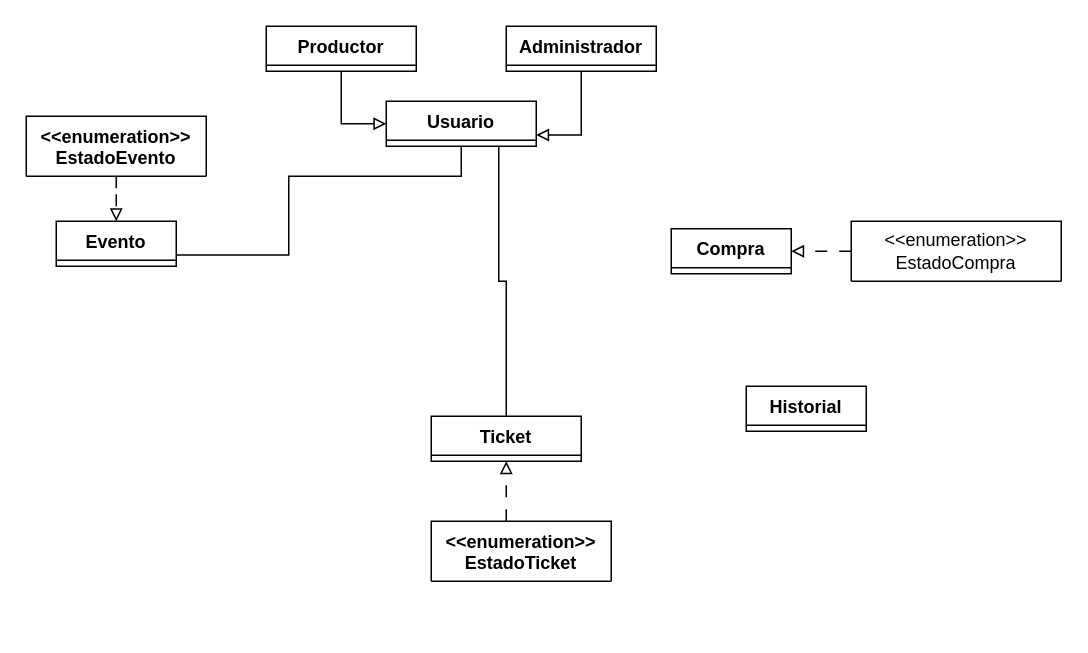
Fabrizioandres1998/TicketGO keeps this draw.io diagram as docs/Diagrama de clases.drawio. Above is the earlier version. Source tidied: cells renumbered, new cells numbered last; positions are measured from the earlier drawing's top-left corner, leaving out a move shared by most shapes. Both pictures are drawn from the tidied source at 150%, with x=0, y=0 at pixel (26, 26).
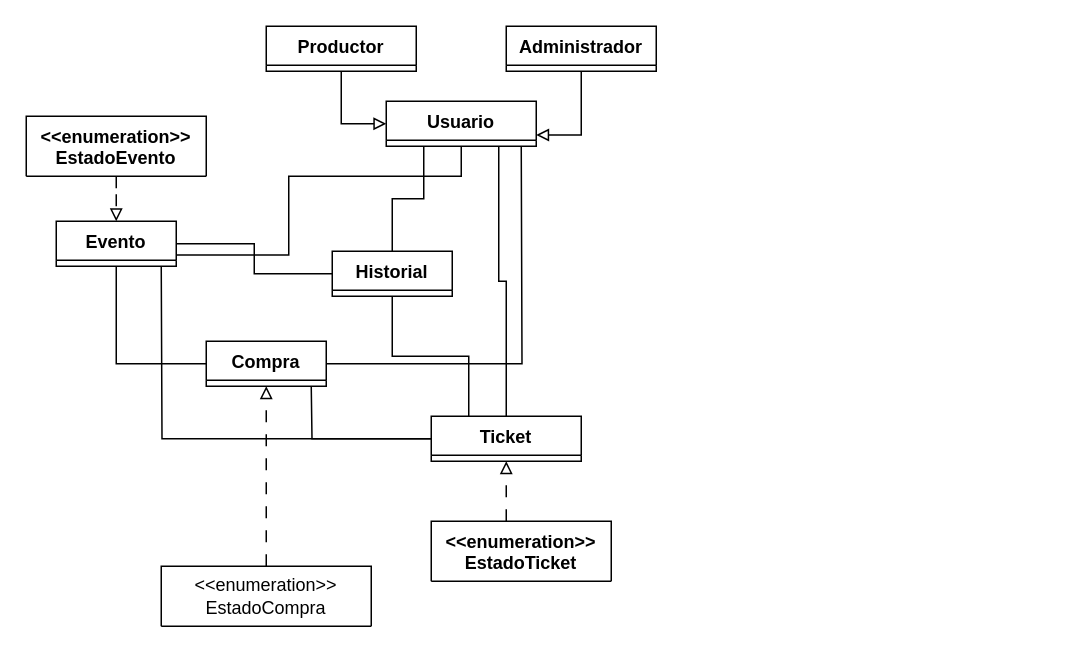
The same diagram, later.

Commit message (it also covers changes not shown here):
relaciones en uml

Unchanged cells that the change refers to:
```xml
<mxCell id="2" value="Evento" style="swimlane;fontStyle=1;align=center;verticalAlign=top;horizontal=1;startSize=26;whiteSpace=wrap;html=1;" parent="1" vertex="1" collapsed="1">
  <mxGeometry x="20" y="130" width="80" height="30" as="geometry" />
</mxCell>
<mxCell id="6" value="Ticket" style="swimlane;fontStyle=1;align=center;verticalAlign=top;horizontal=1;startSize=26;whiteSpace=wrap;html=1;" parent="1" vertex="1" collapsed="1">
  <mxGeometry x="270" y="260" width="100" height="30" as="geometry" />
</mxCell>
<mxCell id="10" value="Usuario" style="swimlane;fontStyle=1;align=center;verticalAlign=top;horizontal=1;startSize=26;whiteSpace=wrap;html=1;" parent="1" vertex="1" collapsed="1">
  <mxGeometry x="240" y="50" width="100" height="30" as="geometry" />
</mxCell>
```

The edit, as a diff of the source:
```diff
@@
+    <mxCell id="19" style="edgeStyle=orthogonalEdgeStyle;rounded=0;jettySize=auto;html=1;startArrow=none;startFill=0;endArrow=none;endFill=0;" parent="1" edge="1" source="6">
+      <mxGeometry relative="1" as="geometry">
+        <mxPoint x="90" y="160" as="targetPoint" />
+      </mxGeometry>
+    </mxCell>
+    <mxCell id="20" style="edgeStyle=orthogonalEdgeStyle;rounded=0;jettySize=auto;html=1;endArrow=none;endFill=0;" parent="1" edge="1" source="6">
+      <mxGeometry relative="1" as="geometry">
+        <mxPoint x="190" y="240" as="targetPoint" />
+      </mxGeometry>
+    </mxCell>
@@
+    <mxCell id="21" style="edgeStyle=orthogonalEdgeStyle;rounded=0;jettySize=auto;html=1;endArrow=none;endFill=0;" parent="1" edge="1" source="15">
+      <mxGeometry relative="1" as="geometry">
+        <mxPoint x="330" y="80" as="targetPoint" />
+      </mxGeometry>
+    </mxCell>
+    <mxCell id="22" style="edgeStyle=orthogonalEdgeStyle;rounded=0;jettySize=auto;html=1;entryX=0.5;entryY=1;entryDx=0;entryDy=0;endArrow=none;endFill=0;" parent="1" edge="1" source="15" target="2">
+      <mxGeometry relative="1" as="geometry" />
+    </mxCell>
     <mxCell id="15" value="Compra" style="swimlane;fontStyle=1;align=center;verticalAlign=top;horizontal=1;startSize=26;whiteSpace=wrap;html=1;" parent="1" vertex="1" collapsed="1">
-      <mxGeometry x="430" y="135" width="80" height="30" as="geometry" />
+      <mxGeometry x="120" y="210" width="80" height="30" as="geometry" />
     </mxCell>
@@
     <mxCell id="17" value="&amp;lt;&amp;lt;enumeration&amp;gt;&amp;gt;&lt;div&gt;EstadoCompra&lt;/div&gt;" style="swimlane;fontStyle=0;horizontal=1;startSize=40;whiteSpace=wrap;html=1;" parent="1" vertex="1" collapsed="1">
-      <mxGeometry x="550" y="130" width="140" height="40" as="geometry" />
+      <mxGeometry x="90" y="360" width="140" height="40" as="geometry" />
     </mxCell>
+    <mxCell id="23" style="edgeStyle=orthogonalEdgeStyle;rounded=0;jettySize=auto;html=1;entryX=0.25;entryY=1;entryDx=0;entryDy=0;endArrow=none;endFill=0;" parent="1" edge="1" source="18" target="10">
+      <mxGeometry relative="1" as="geometry" />
+    </mxCell>
+    <mxCell id="24" style="edgeStyle=orthogonalEdgeStyle;rounded=0;jettySize=auto;html=1;entryX=0.25;entryY=0;entryDx=0;entryDy=0;endArrow=none;endFill=0;" parent="1" edge="1" source="18" target="6">
+      <mxGeometry relative="1" as="geometry" />
+    </mxCell>
+    <mxCell id="25" style="edgeStyle=orthogonalEdgeStyle;rounded=0;jettySize=auto;html=1;entryX=1;entryY=0.5;entryDx=0;entryDy=0;endArrow=none;endFill=0;" parent="1" edge="1" source="18" target="2">
+      <mxGeometry relative="1" as="geometry" />
+    </mxCell>
     <mxCell id="18" value="Historial" style="swimlane;fontStyle=1;align=center;verticalAlign=top;horizontal=1;startSize=26;whiteSpace=wrap;html=1;" parent="1" vertex="1" collapsed="1">
-      <mxGeometry x="480" y="240" width="80" height="30" as="geometry" />
+      <mxGeometry x="204" y="150" width="80" height="30" as="geometry" />
     </mxCell>
```
